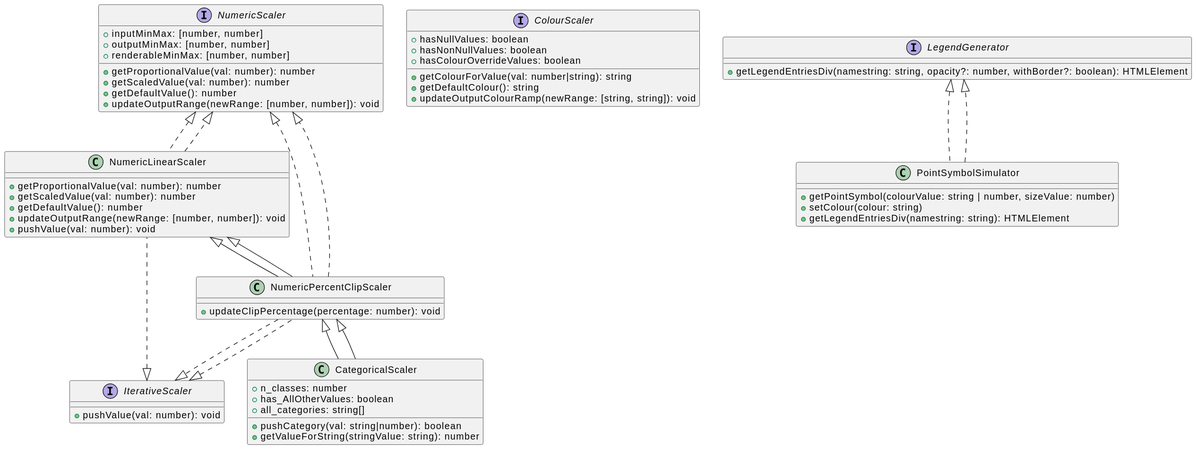
This is docs/carto.svg from OrdnanceSurvey/os-powerbi-map, a PlantUML export, as it was before one commit. The source it was exported from:
```plantuml
@startuml
interface NumericScaler {
    +getProportionalValue(val: number): number
    +getScaledValue(val: number): number
    +getDefaultValue(): number
    +updateOutputRange(newRange: [number, number]): void
    +inputMinMax: [number, number]
    +outputMinMax: [number, number]
    +renderableMinMax: [number, number]
}

interface IterativeScaler {
    +pushValue(val: number): void
}

interface ColourScaler {
    +getColourForValue(val: number|string): string
    +getDefaultColour(): string
    +updateOutputColourRamp(newRange: [string, string]): void
    +hasNullValues: boolean
    +hasNonNullValues: boolean
    +hasColourOverrideValues: boolean
}

interface LegendGenerator {
    +getLegendEntriesDiv(namestring: string, opacity?: number, withBorder?: boolean): HTMLElement
}

class NumericLinearScaler implements NumericScaler, IterativeScaler {
    +getProportionalValue(val: number): number
    +getScaledValue(val: number): number
    +getDefaultValue(): number
    +updateOutputRange(newRange: [number, number]): void
    +pushValue(val: number): void
}

class NumericPercentClipScaler extends NumericLinearScaler implements NumericScaler, IterativeScaler {
    +updateClipPercentage(percentage: number): void
}

class CategoricalScaler extends NumericPercentClipScaler {
    +pushCategory(val: string|number): boolean
    +n_classes: number
    +has_AllOtherValues: boolean
    +all_categories: string[]
    +getValueForString(stringValue: string): number
}

class PointSymbolSimulator implements LegendGenerator {
    +getPointSymbol(colourValue: string | number, sizeValue: number)
    +setColour(colour: string)
    +getLegendEntriesDiv(namestring: string): HTMLElement
}

NumericLinearScaler ..|> NumericScaler
NumericPercentClipScaler ..|> NumericScaler
NumericPercentClipScaler ..|> IterativeScaler
NumericPercentClipScaler --|> NumericLinearScaler
CategoricalScaler --|> NumericPercentClipScaler
PointSymbolSimulator ..|> LegendGenerator
@enduml
```
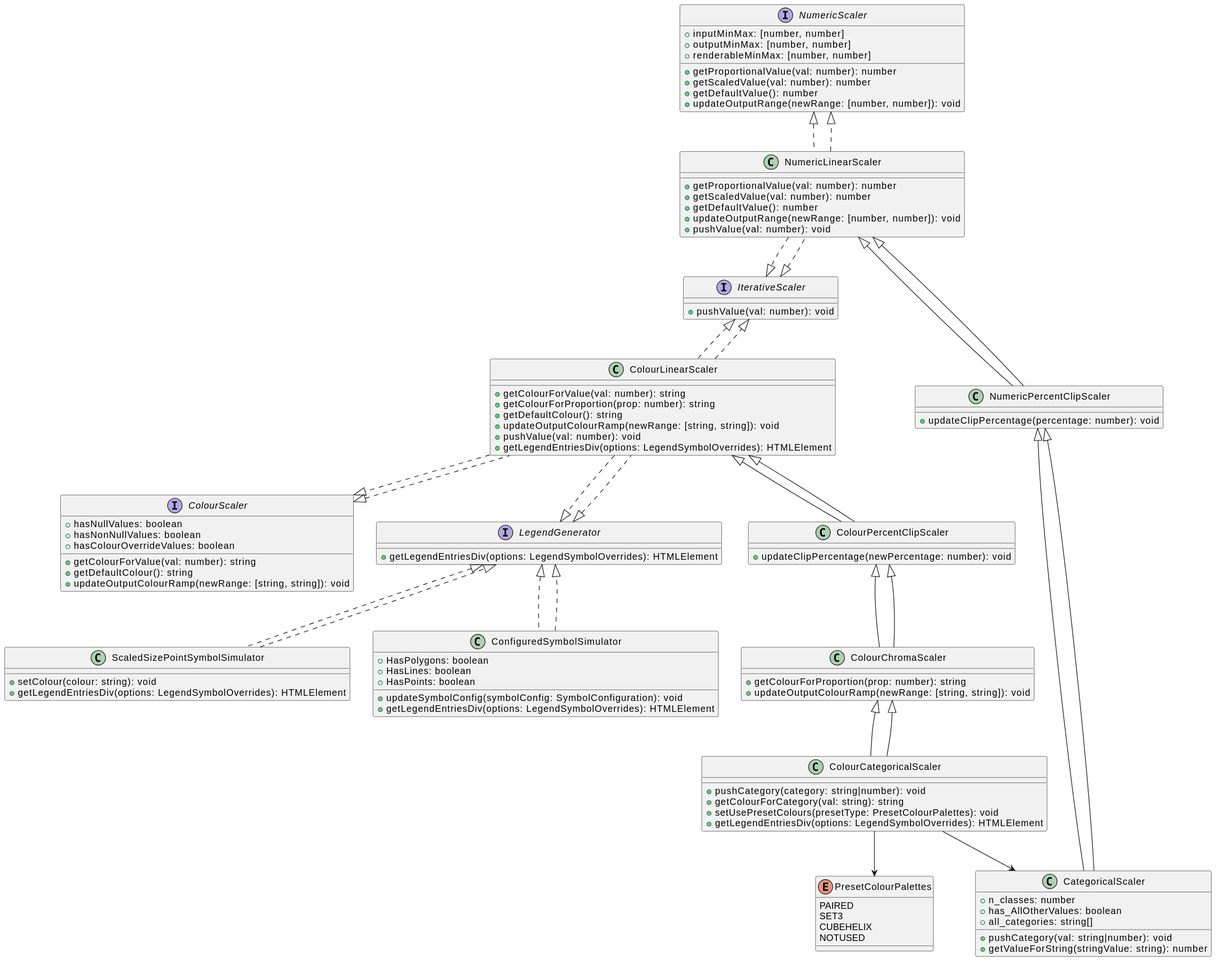
After the commit.

Diff of the diagram source:
```diff
@@ -14,7 +14,7 @@
 }
 
 interface ColourScaler {
-    +getColourForValue(val: number|string): string
+    +getColourForValue(val: number): string
     +getDefaultColour(): string
     +updateOutputColourRamp(newRange: [string, string]): void
     +hasNullValues: boolean
@@ -23,7 +23,7 @@
 }
 
 interface LegendGenerator {
-    +getLegendEntriesDiv(namestring: string, opacity?: number, withBorder?: boolean): HTMLElement
+    +getLegendEntriesDiv(options: LegendSymbolOverrides): HTMLElement
 }
 
 class NumericLinearScaler implements NumericScaler, IterativeScaler {
@@ -34,28 +34,75 @@
     +pushValue(val: number): void
 }
 
-class NumericPercentClipScaler extends NumericLinearScaler implements NumericScaler, IterativeScaler {
+class NumericPercentClipScaler extends NumericLinearScaler {
     +updateClipPercentage(percentage: number): void
 }
 
 class CategoricalScaler extends NumericPercentClipScaler {
-    +pushCategory(val: string|number): boolean
+    +pushCategory(val: string|number): void
     +n_classes: number
     +has_AllOtherValues: boolean
     +all_categories: string[]
     +getValueForString(stringValue: string): number
 }
 
-class PointSymbolSimulator implements LegendGenerator {
-    +getPointSymbol(colourValue: string | number, sizeValue: number)
-    +setColour(colour: string)
-    +getLegendEntriesDiv(namestring: string): HTMLElement
+class ColourLinearScaler implements ColourScaler, IterativeScaler, LegendGenerator {
+    +getColourForValue(val: number): string
+    +getColourForProportion(prop: number): string
+    +getDefaultColour(): string
+    +updateOutputColourRamp(newRange: [string, string]): void
+    +pushValue(val: number): void
+    +getLegendEntriesDiv(options: LegendSymbolOverrides): HTMLElement
+}
+
+class ColourPercentClipScaler extends ColourLinearScaler {
+    +updateClipPercentage(newPercentage: number): void
+}
+
+class ColourChromaScaler extends ColourPercentClipScaler {
+    +getColourForProportion(prop: number): string
+    +updateOutputColourRamp(newRange: [string, string]): void
+}
+
+class ColourCategoricalScaler extends ColourChromaScaler {
+    +pushCategory(category: string|number): void
+    +getColourForCategory(val: string): string
+    +setUsePresetColours(presetType: PresetColourPalettes): void
+    +getLegendEntriesDiv(options: LegendSymbolOverrides): HTMLElement
+}
+
+enum PresetColourPalettes {
+    PAIRED
+    SET3
+    CUBEHELIX
+    NOTUSED
+}
+
+class ScaledSizePointSymbolSimulator implements LegendGenerator {
+    +setColour(colour: string): void
+    +getLegendEntriesDiv(options: LegendSymbolOverrides): HTMLElement
+}
+
+class ConfiguredSymbolSimulator implements LegendGenerator {
+    +HasPolygons: boolean
+    +HasLines: boolean
+    +HasPoints: boolean
+    +updateSymbolConfig(symbolConfig: SymbolConfiguration): void
+    +getLegendEntriesDiv(options: LegendSymbolOverrides): HTMLElement
 }
 
 NumericLinearScaler ..|> NumericScaler
-NumericPercentClipScaler ..|> NumericScaler
-NumericPercentClipScaler ..|> IterativeScaler
+NumericLinearScaler ..|> IterativeScaler
 NumericPercentClipScaler --|> NumericLinearScaler
 CategoricalScaler --|> NumericPercentClipScaler
-PointSymbolSimulator ..|> LegendGenerator
+ColourLinearScaler ..|> ColourScaler
+ColourLinearScaler ..|> IterativeScaler
+ColourLinearScaler ..|> LegendGenerator
+ColourPercentClipScaler --|> ColourLinearScaler
+ColourChromaScaler --|> ColourPercentClipScaler
+ColourCategoricalScaler --|> ColourChromaScaler
+ColourCategoricalScaler --> CategoricalScaler
+ColourCategoricalScaler --> PresetColourPalettes
+ScaledSizePointSymbolSimulator ..|> LegendGenerator
+ConfiguredSymbolSimulator ..|> LegendGenerator
 @enduml
```
